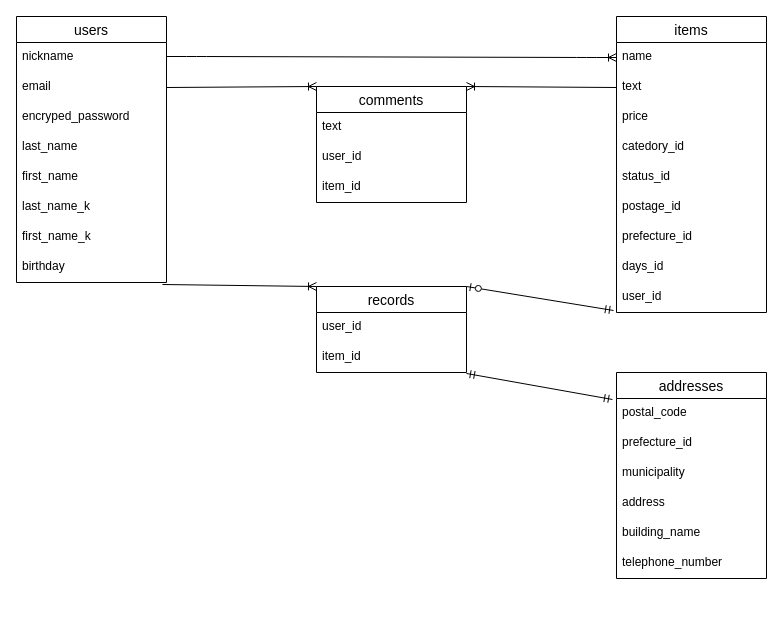
Above: app/hurima.dio in tanaatsu/furima-37181 (draw.io), before the change. Source tidied: cells renumbered, new cells numbered last; positions are measured from the earlier drawing's top-left corner, leaving out a move shared by most shapes. Both pictures are drawn from the tidied source at 100%, with x=0, y=0 at pixel (16, 16).
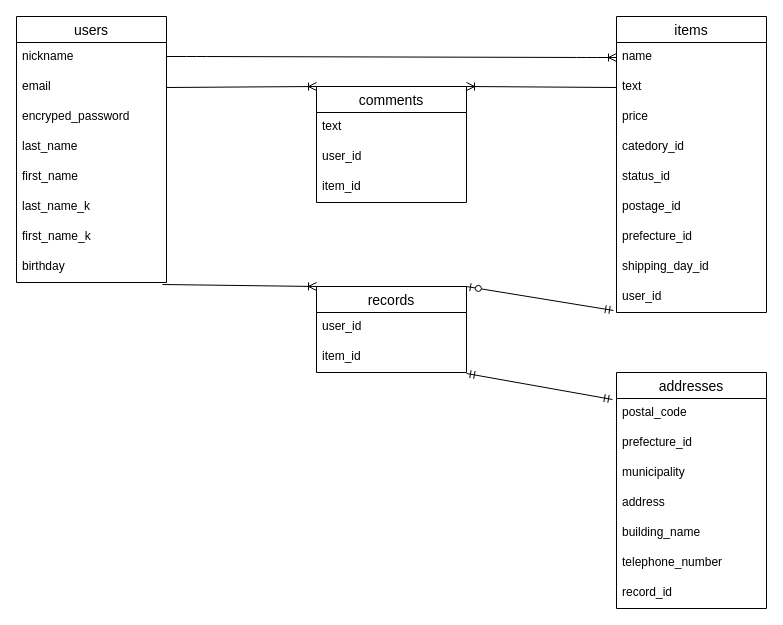
After the change.

The change refers to these unchanged cells:
```xml
<mxCell id="18" value="items" style="swimlane;fontStyle=0;horizontal=1;startSize=26;align=center;fontSize=14;" parent="1" vertex="1">
  <mxGeometry x="600" width="150" height="296" as="geometry" />
</mxCell>
```

What changed in the source:
```diff
@@
     <mxCell id="11" value="addresses" style="swimlane;fontStyle=0;horizontal=1;startSize=26;align=center;fontSize=14;" parent="1" vertex="1">
-      <mxGeometry x="600" y="356" width="150" height="206" as="geometry" />
+      <mxGeometry x="600" y="356" width="150" height="236" as="geometry" />
     </mxCell>
@@
+    <mxCell id="41" value="record_id" style="text;strokeColor=none;fillColor=none;spacingLeft=4;spacingRight=4;overflow=hidden;fontSize=12;" parent="11" vertex="1">
+      <mxGeometry y="206" width="150" height="30" as="geometry" />
+    </mxCell>
@@
-    <mxCell id="26" value="days_id" style="text;strokeColor=none;fillColor=none;spacingLeft=4;spacingRight=4;overflow=hidden;fontSize=12;" parent="18" vertex="1">
+    <mxCell id="26" value="shipping_day_id" style="text;strokeColor=none;fillColor=none;spacingLeft=4;spacingRight=4;overflow=hidden;fontSize=12;" parent="18" vertex="1">
       <mxGeometry y="236" width="150" height="30" as="geometry" />
     </mxCell>
```
